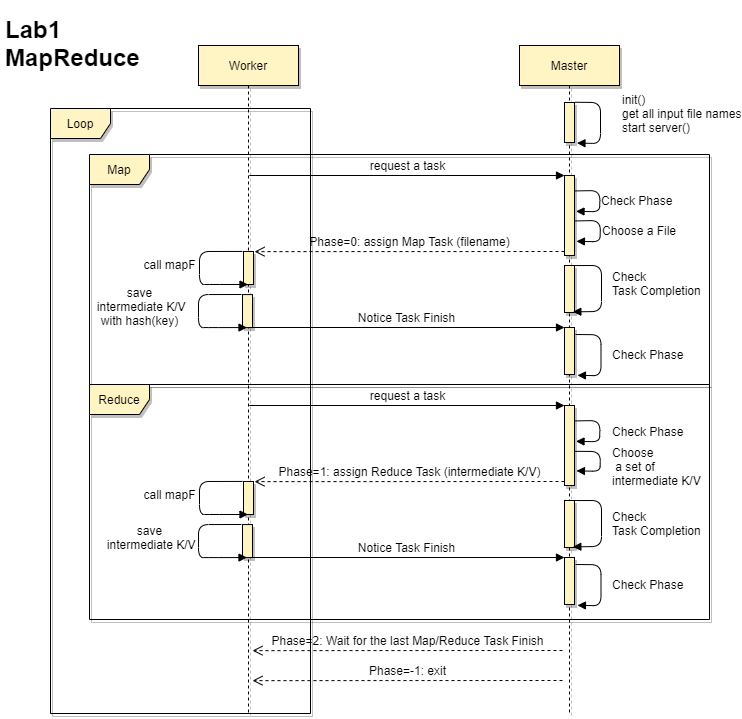
The draw.io diagram src/mr/img/seq.png in ricemaster/6.824-mit-2020, before a commit. Source tidied: cells renumbered, new cells last; positions are measured from the earlier drawing's top-left corner, leaving out a move shared by most shapes.
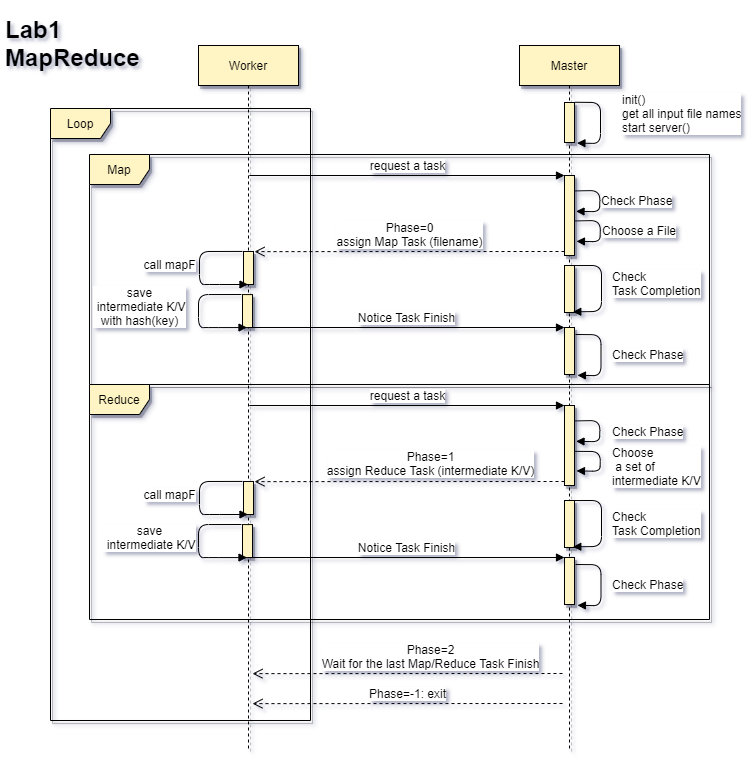
After the commit.

What changed in the source:
```diff
@@ -9,7 +9,7 @@
       <mxGeometry x="89" y="374" width="620" height="235" as="geometry" />
     </mxCell>
     <mxCell id="4" value="Worker" style="shape=umlLifeline;perimeter=lifelinePerimeter;whiteSpace=wrap;html=1;shadow=1;fillColor=#FFF4C3;" parent="1" vertex="1">
-      <mxGeometry x="198" y="35" width="100" height="670" as="geometry" />
+      <mxGeometry x="198" y="35" width="100" height="705" as="geometry" />
     </mxCell>
     <mxCell id="5" style="html=1;points=[];perimeter=orthogonalPerimeter;shadow=1;fillColor=#FFF4C3;" parent="4" vertex="1">
       <mxGeometry x="45" y="206" width="10" height="33" as="geometry" />
@@ -26,7 +26,7 @@
       </mxGeometry>
     </mxCell>
     <mxCell id="7" value="Master" style="shape=umlLifeline;perimeter=lifelinePerimeter;whiteSpace=wrap;html=1;shadow=1;fillColor=#FFF4C3;" parent="1" vertex="1">
-      <mxGeometry x="519" y="35" width="100" height="670" as="geometry" />
+      <mxGeometry x="519" y="35" width="100" height="705" as="geometry" />
     </mxCell>
     <mxCell id="8" style="html=1;perimeter=orthogonalPerimeter;shadow=1;fillColor=#FFF4C3;" parent="7" vertex="1">
       <mxGeometry x="45" y="57" width="10" height="40" as="geometry" />
@@ -64,7 +64,7 @@
         <mxPoint x="248.8" y="165" as="sourcePoint" />
       </mxGeometry>
     </mxCell>
-    <mxCell id="15" value="Phase=0: assign Map Task (filename)" style="html=1;verticalAlign=bottom;endArrow=open;dashed=1;endSize=8;exitX=0;exitY=0.95;entryX=1.102;entryY=0.004;entryDx=0;entryDy=0;entryPerimeter=0;" parent="1" edge="1" source="10" target="5">
+    <mxCell id="15" value="Phase=0&lt;br&gt;assign Map Task (filename)" style="html=1;verticalAlign=bottom;endArrow=open;dashed=1;endSize=8;exitX=0;exitY=0.95;entryX=1.102;entryY=0.004;entryDx=0;entryDy=0;entryPerimeter=0;" parent="1" edge="1" source="10" target="5">
       <mxGeometry relative="1" as="geometry" />
     </mxCell>
     <mxCell id="16" style="html=1;points=[];perimeter=orthogonalPerimeter;shadow=1;fillColor=#FFF4C3;" parent="1" vertex="1">
@@ -121,8 +121,8 @@
         <mxPoint x="248.8" y="395" as="sourcePoint" />
       </mxGeometry>
     </mxCell>
-    <mxCell id="25" value="Phase=1:&amp;nbsp;assign Reduce Task (intermediate K/V)" style="html=1;verticalAlign=bottom;endArrow=open;dashed=1;endSize=8;exitX=0;exitY=0.95;entryX=1.102;entryY=0.004;entryDx=0;entryDy=0;entryPerimeter=0;" parent="1" edge="1" source="22" target="20">
-      <mxGeometry relative="1" as="geometry" />
+    <mxCell id="25" value="Phase=1&lt;br&gt;assign Reduce Task (intermediate K/V)" style="html=1;verticalAlign=bottom;endArrow=open;dashed=1;endSize=8;exitX=0;exitY=0.95;entryX=1.102;entryY=0.004;entryDx=0;entryDy=0;entryPerimeter=0;" parent="1" edge="1" source="22" target="20">
+      <mxGeometry x="-0.14" y="-1" relative="1" as="geometry" />
     </mxCell>
     <mxCell id="26" style="html=1;points=[];perimeter=orthogonalPerimeter;shadow=1;fillColor=#FFF4C3;" parent="1" vertex="1">
       <mxGeometry x="242" y="514.1" width="10" height="33" as="geometry" />
@@ -185,16 +185,16 @@
         </Array>
       </mxGeometry>
     </mxCell>
-    <mxCell id="34" value="Phase=2: Wait for the last Map/Reduce Task Finish" style="html=1;verticalAlign=bottom;endArrow=open;dashed=1;endSize=8;exitX=0;exitY=0.95;entryX=1.102;entryY=0.004;entryDx=0;entryDy=0;entryPerimeter=0;" parent="1" edge="1">
-      <mxGeometry relative="1" as="geometry">
-        <mxPoint x="562" y="640" as="sourcePoint" />
-        <mxPoint x="252" y="640.1" as="targetPoint" />
+    <mxCell id="34" value="Phase=2&lt;br&gt;Wait for the last Map/Reduce Task Finish" style="html=1;verticalAlign=bottom;endArrow=open;dashed=1;endSize=8;exitX=0;exitY=0.95;entryX=1.102;entryY=0.004;entryDx=0;entryDy=0;entryPerimeter=0;" parent="1" edge="1">
+      <mxGeometry x="-0.15" relative="1" as="geometry">
+        <mxPoint x="562" y="663" as="sourcePoint" />
+        <mxPoint x="252" y="663.1" as="targetPoint" />
       </mxGeometry>
     </mxCell>
     <mxCell id="35" value="Phase=-1:&amp;nbsp;exit" style="html=1;verticalAlign=bottom;endArrow=open;dashed=1;endSize=8;exitX=0;exitY=0.95;entryX=1.102;entryY=0.004;entryDx=0;entryDy=0;entryPerimeter=0;" parent="1" edge="1">
       <mxGeometry relative="1" as="geometry">
-        <mxPoint x="562" y="670" as="sourcePoint" />
-        <mxPoint x="252" y="670.1" as="targetPoint" />
+        <mxPoint x="562" y="693" as="sourcePoint" />
+        <mxPoint x="252" y="693.1" as="targetPoint" />
       </mxGeometry>
     </mxCell>
     <mxCell id="36" value="Check Phase" style="html=1;verticalAlign=bottom;endArrow=block;exitX=1.043;exitY=0.568;exitDx=0;exitDy=0;exitPerimeter=0;entryX=1.144;entryY=1.015;entryDx=0;entryDy=0;entryPerimeter=0;align=left;" parent="1" edge="1">
@@ -220,7 +220,7 @@
       </mxGeometry>
     </mxCell>
     <mxCell id="39" value="Loop" style="shape=umlFrame;whiteSpace=wrap;html=1;shadow=1;fillColor=#FFF4C3;" parent="1" vertex="1">
-      <mxGeometry x="50" y="98" width="260" height="605" as="geometry" />
+      <mxGeometry x="50" y="98" width="260" height="612" as="geometry" />
     </mxCell>
   </root>
 </mxGraphModel>
```
